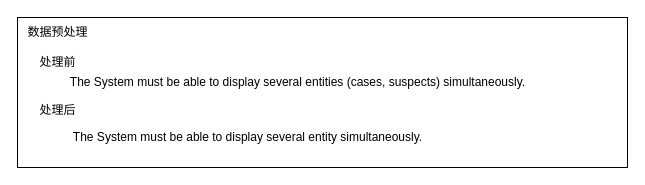
The draw.io diagram 句子还原.drawio in chenxuansoeasy/pfvue, before the edit. Source tidied: cells renumbered, new cells numbered last; positions are measured from the earlier drawing's top-left corner, leaving out a move shared by most shapes. Both pictures are drawn from the tidied source at 100%, with x=0, y=0 at pixel (17, 17).
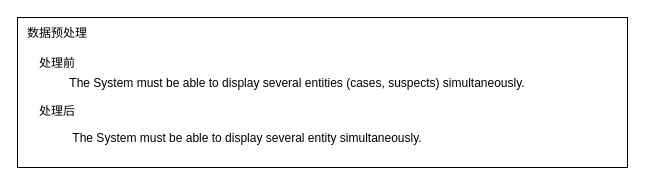
Above is the later version.

Commit message (it also covers changes not shown here):
更新句子还原.drawio

Diff of the diagram source:
```diff
@@
 <mxGraphModel>
   <root>
     <mxCell id="0" />
     <mxCell id="1" parent="0" />
-    <mxCell id="2" style="rounded=0;whiteSpace=wrap;html=1;" parent="1" vertex="1">
+    <mxCell id="2" style="rounded=0;" parent="1" vertex="1">
       <mxGeometry width="610" height="150" as="geometry" />
     </mxCell>
-    <mxCell id="3" value="数据预处理" style="text;html=1;align=center;verticalAlign=middle;strokeColor=none;fillColor=none;" parent="1" vertex="1">
+    <mxCell id="3" value="数据预处理" style="text;align=center;verticalAlign=middle;strokeColor=none;fillColor=none;" parent="1" vertex="1">
       <mxGeometry width="80" height="30" as="geometry" />
     </mxCell>
-    <mxCell id="4" value="处理前" style="text;html=1;align=center;verticalAlign=middle;strokeColor=none;fillColor=none;" parent="1" vertex="1">
+    <mxCell id="4" value="处理前" style="text;align=center;verticalAlign=middle;strokeColor=none;fillColor=none;" parent="1" vertex="1">
       <mxGeometry x="10" y="30" width="60" height="30" as="geometry" />
     </mxCell>
-    <mxCell id="5" value="处理后" style="text;html=1;align=center;verticalAlign=middle;strokeColor=none;fillColor=none;" parent="1" vertex="1">
+    <mxCell id="5" value="处理后" style="text;align=center;verticalAlign=middle;strokeColor=none;fillColor=none;" parent="1" vertex="1">
       <mxGeometry x="10" y="78" width="60" height="30" as="geometry" />
     </mxCell>
-    <mxCell id="6" value="The System must be able to display several entity simultaneously." style="text;html=1;align=center;verticalAlign=middle;strokeColor=none;fillColor=none;" parent="1" vertex="1">
+    <mxCell id="6" value="The System must be able to display several entity simultaneously." style="text;align=center;verticalAlign=middle;strokeColor=none;fillColor=none;" parent="1" vertex="1">
       <mxGeometry x="45" y="105" width="370" height="30" as="geometry" />
     </mxCell>
-    <mxCell id="7" value="The System must be able to display several entities (cases, suspects) simultaneously." style="text;html=1;align=center;verticalAlign=middle;strokeColor=none;fillColor=none;" parent="1" vertex="1">
+    <mxCell id="7" value="The System must be able to display several entities (cases, suspects) simultaneously." style="text;align=center;verticalAlign=middle;strokeColor=none;fillColor=none;" parent="1" vertex="1">
       <mxGeometry x="40" y="50" width="480" height="30" as="geometry" />
     </mxCell>
   </root>
 </mxGraphModel>
```
